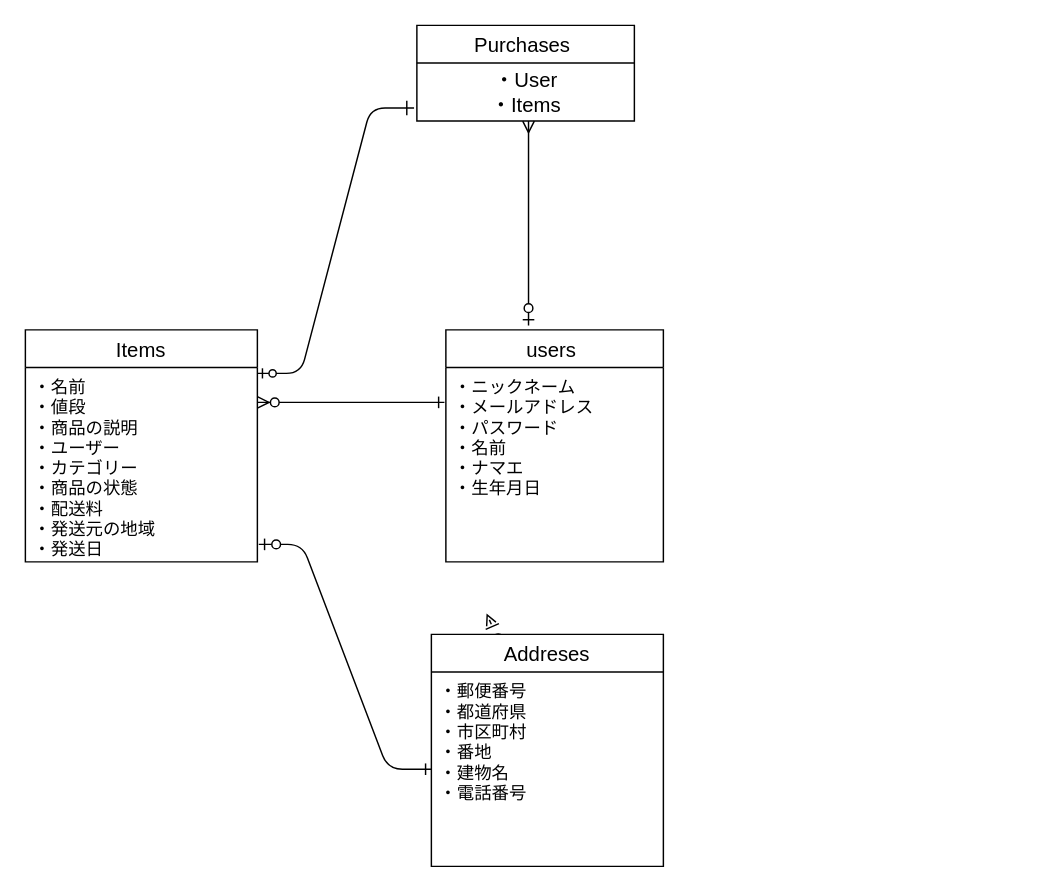
This is readme.dio from mera-tho/furima-28613, a draw.io file, before an edit. Source tidied: cells renumbered, new cells numbered last; positions are measured from the earlier drawing's top-left corner, leaving out a move shared by most shapes. Both pictures are drawn from the tidied source at 145%, with x=0, y=0 at pixel (25, 25).
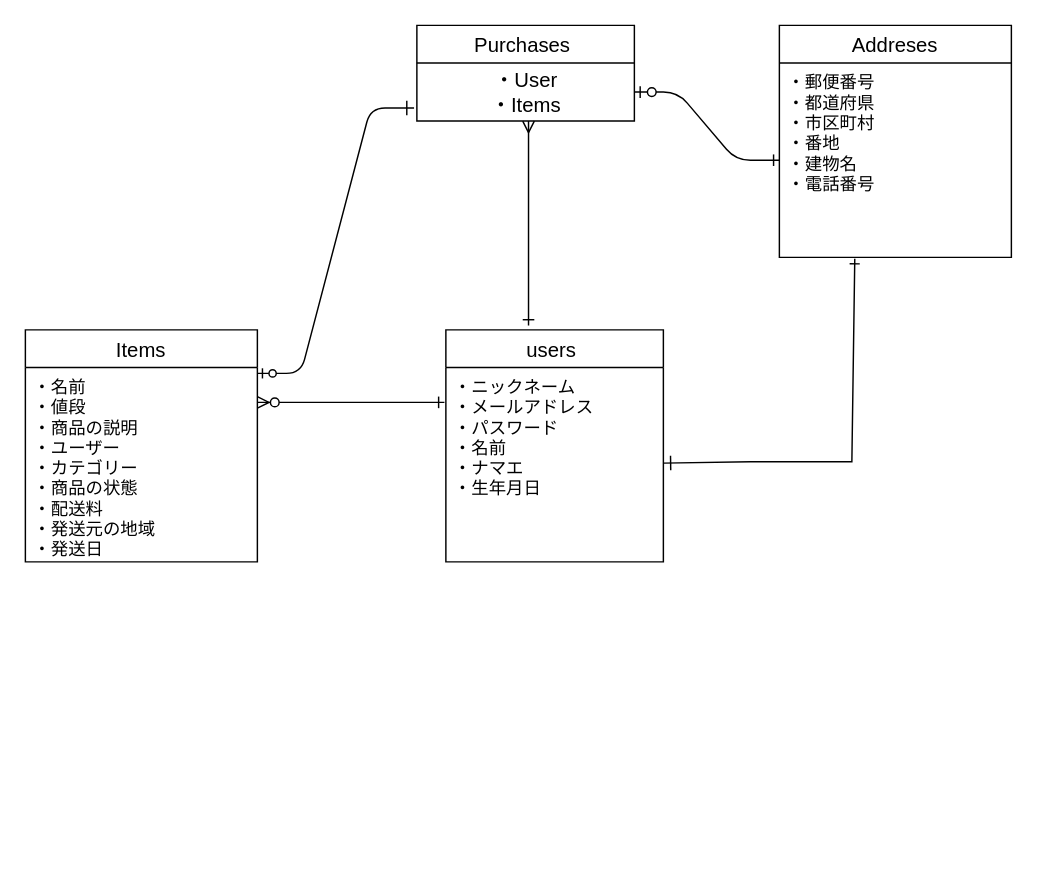
The same page after the edit.

Unchanged cells that the change refers to:
```xml
<mxCell id="3" value="・ニックネーム&#10;・メールアドレス&#10;・パスワード&#10;・名前&#10;・ナマエ&#10;・生年月日&#10;" style="text;strokeColor=none;fillColor=none;spacingLeft=4;spacingRight=4;overflow=hidden;points=[[0,0.5],[1,0.5]];portConstraint=eastwest;fontSize=12;" parent="2" vertex="1">
  <mxGeometry y="26" width="150" height="134" as="geometry" />
</mxCell>
<mxCell id="5" value="・名前&#10;・値段&#10;・商品の説明&#10;・ユーザー&#10;・カテゴリー&#10;・商品の状態&#10;・配送料&#10;・発送元の地域&#10;・発送日&#10;" style="text;strokeColor=none;fillColor=none;spacingLeft=4;spacingRight=4;overflow=hidden;points=[[0,0.5],[1,0.5]];portConstraint=eastwest;fontSize=12;" parent="4" vertex="1">
  <mxGeometry y="26" width="160" height="134" as="geometry" />
</mxCell>
<mxCell id="8" value="・郵便番号&#10;・都道府県&#10;・市区町村&#10;・番地&#10;・建物名&#10;・電話番号&#10;" style="text;strokeColor=none;fillColor=none;spacingLeft=4;spacingRight=4;overflow=hidden;points=[[0,0.5],[1,0.5]];portConstraint=eastwest;fontSize=12;" parent="7" vertex="1">
  <mxGeometry y="26" width="160" height="134" as="geometry" />
</mxCell>
<mxCell id="10" value="・User&lt;br&gt;・Items" style="text;html=1;align=center;verticalAlign=middle;points=[];fontSize=14;" parent="9" vertex="1">
  <mxGeometry y="26" width="150" height="40" as="geometry" />
</mxCell>
```

The edit, as a diff of the source:
```diff
@@
-    <mxCell id="6" style="edgeStyle=none;rounded=0;jettySize=auto;html=1;startArrow=ERmany;startFill=0;startSize=5;sourcePerimeterSpacing=7;endArrow=ERzeroToOne;endFill=1;endSize=8;fontSize=14;" parent="1" edge="1" source="7">
+    <mxCell id="6" style="edgeStyle=none;rounded=0;jettySize=auto;html=1;startArrow=ERone;startFill=0;startSize=5;sourcePerimeterSpacing=7;endArrow=ERone;endFill=0;endSize=8;fontSize=14;exitX=0.325;exitY=1.007;exitDx=0;exitDy=0;exitPerimeter=0;" parent="1" edge="1" source="8" target="3">
       <mxGeometry relative="1" as="geometry">
-        <mxPoint x="320" y="410" as="targetPoint" />
+        <Array as="points">
+          <mxPoint x="570" y="301" />
+          <mxPoint x="510" y="301" />
+          <mxPoint x="500" y="301" />
+        </Array>
       </mxGeometry>
     </mxCell>
     <mxCell id="7" value="Addreses" style="swimlane;fontStyle=0;horizontal=1;startSize=26;align=center;fontSize=14;" parent="1" vertex="1">
-      <mxGeometry x="280" y="420" width="160" height="160" as="geometry" />
+      <mxGeometry x="520" width="160" height="160" as="geometry" />
     </mxCell>
@@
-    <mxCell id="13" style="edgeStyle=entityRelationEdgeStyle;fontSize=12;html=1;endArrow=ERone;endFill=0;startArrow=ERzeroToOne;startFill=1;exitX=1.006;exitY=0.91;exitDx=0;exitDy=0;exitPerimeter=0;" parent="1" edge="1" source="5" target="8">
+    <mxCell id="13" style="edgeStyle=entityRelationEdgeStyle;fontSize=12;html=1;endArrow=ERone;endFill=0;startArrow=ERzeroToOne;startFill=1;" parent="1" edge="1" source="10" target="8">
       <mxGeometry relative="1" as="geometry" />
     </mxCell>
@@
-    <mxCell id="15" style="endArrow=ERzeroToOne;html=1;rounded=0;fontSize=14;startArrow=ERmany;startFill=0;endFill=1;sourcePerimeterSpacing=7;" parent="1" edge="1">
+    <mxCell id="15" style="endArrow=ERone;html=1;rounded=0;fontSize=14;startArrow=ERmany;startFill=0;endFill=0;sourcePerimeterSpacing=7;" parent="1" edge="1">
       <mxGeometry relative="1" as="geometry">
         <mxPoint x="347" y="66" as="sourcePoint" />
         <mxPoint x="347" y="207" as="targetPoint" />
       </mxGeometry>
     </mxCell>
```
